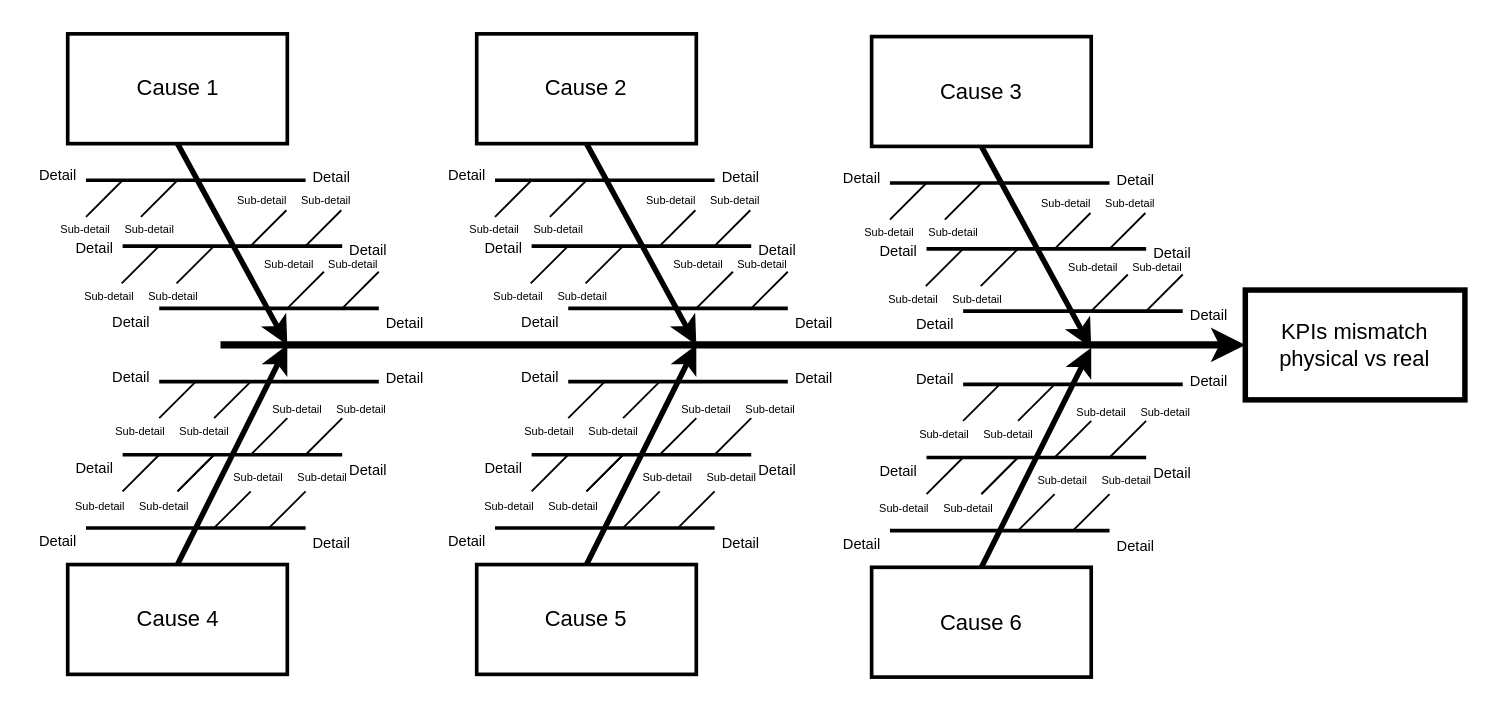
The draw.io diagram Untitled Diagram.drawio in mbdtesting/ishikawa, before the edit. Source tidied: cells renumbered, new cells numbered last; positions are measured from the earlier drawing's top-left corner, leaving out a move shared by most shapes. Both pictures are drawn from the tidied source at 183%, with x=0, y=0 at pixel (29, 33).
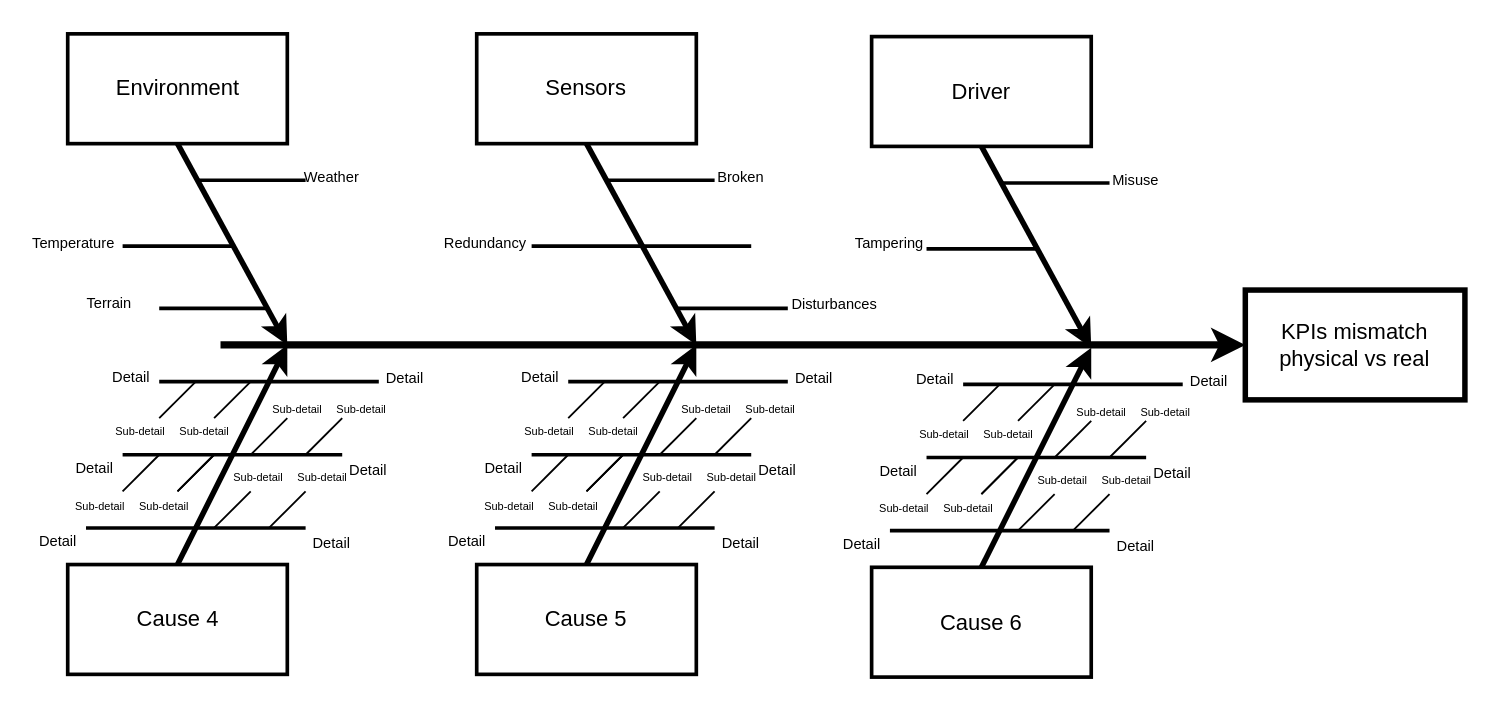
The same page after the edit.

The edit, as a diff of the source:
```diff
@@
-    <mxCell id="2" value="Cause 1" style="whiteSpace=wrap;strokeWidth=2;" parent="1" vertex="1">
+    <mxCell id="2" value="Environment" style="whiteSpace=wrap;strokeWidth=2;" parent="1" vertex="1">
       <mxGeometry x="20.5" width="120" height="60" as="geometry" />
     </mxCell>
@@
-    <mxCell id="8" style="edgeStyle=none;endArrow=none;strokeWidth=2;" parent="1" edge="1">
-      <mxGeometry relative="1" as="geometry">
-        <mxPoint x="30.5" y="80" as="sourcePoint" />
-        <mxPoint x="90.5" y="80" as="targetPoint" />
-      </mxGeometry>
-    </mxCell>
@@
-    <mxCell id="12" style="edgeStyle=none;endArrow=none;strokeWidth=2;" parent="1" edge="1">
-      <mxGeometry relative="1" as="geometry">
-        <mxPoint x="110.5" y="116" as="sourcePoint" />
-        <mxPoint x="170.5" y="116" as="targetPoint" />
-      </mxGeometry>
-    </mxCell>
-    <mxCell id="13" style="edgeStyle=none;endArrow=none;strokeWidth=2;" parent="1" edge="1">
-      <mxGeometry relative="1" as="geometry">
-        <mxPoint x="130.5" y="150" as="sourcePoint" />
-        <mxPoint x="190.5" y="150" as="targetPoint" />
-      </mxGeometry>
-    </mxCell>
@@
-    <mxCell id="20" style="edgeStyle=none;endArrow=none;" parent="1" edge="1">
-      <mxGeometry relative="1" as="geometry">
-        <mxPoint x="60.5" y="100" as="sourcePoint" />
-        <mxPoint x="80.5" y="80" as="targetPoint" />
-      </mxGeometry>
-    </mxCell>
-    <mxCell id="21" style="edgeStyle=none;endArrow=none;" parent="1" edge="1">
-      <mxGeometry relative="1" as="geometry">
-        <mxPoint x="30.5" y="100" as="sourcePoint" />
-        <mxPoint x="50.5" y="80" as="targetPoint" />
-      </mxGeometry>
-    </mxCell>
-    <mxCell id="22" style="edgeStyle=none;endArrow=none;" parent="1" edge="1">
-      <mxGeometry relative="1" as="geometry">
-        <mxPoint x="140.5" y="150" as="sourcePoint" />
-        <mxPoint x="160.5" y="130" as="targetPoint" />
-      </mxGeometry>
-    </mxCell>
-    <mxCell id="23" style="edgeStyle=none;endArrow=none;" parent="1" edge="1">
-      <mxGeometry relative="1" as="geometry">
-        <mxPoint x="170.5" y="150" as="sourcePoint" />
-        <mxPoint x="190.5" y="130" as="targetPoint" />
-      </mxGeometry>
-    </mxCell>
-    <mxCell id="24" style="edgeStyle=none;endArrow=none;" parent="1" edge="1">
-      <mxGeometry relative="1" as="geometry">
-        <mxPoint x="120" y="116.4" as="sourcePoint" />
-        <mxPoint x="140" y="96.4" as="targetPoint" />
-      </mxGeometry>
-    </mxCell>
-    <mxCell id="25" style="edgeStyle=none;endArrow=none;" parent="1" edge="1">
-      <mxGeometry relative="1" as="geometry">
-        <mxPoint x="150" y="116.4" as="sourcePoint" />
-        <mxPoint x="170" y="96.4" as="targetPoint" />
-      </mxGeometry>
-    </mxCell>
-    <mxCell id="26" style="edgeStyle=none;endArrow=none;" parent="1" edge="1">
-      <mxGeometry relative="1" as="geometry">
-        <mxPoint x="80" y="136.4" as="sourcePoint" />
-        <mxPoint x="100" y="116.4" as="targetPoint" />
-      </mxGeometry>
-    </mxCell>
-    <mxCell id="27" style="edgeStyle=none;endArrow=none;" parent="1" edge="1">
-      <mxGeometry relative="1" as="geometry">
-        <mxPoint x="50" y="136.4" as="sourcePoint" />
-        <mxPoint x="70" y="116.4" as="targetPoint" />
-      </mxGeometry>
-    </mxCell>
@@
-    <mxCell id="37" value="Detail" style="text;spacingTop=-5;fontSize=8;align=center;verticalAlign=middle;" parent="1" vertex="1">
-      <mxGeometry x="0.5" y="70" width="30" height="20" as="geometry" />
+    <mxCell id="37" value="Temperature" style="text;spacingTop=-5;fontSize=8;align=center;verticalAlign=middle;" parent="1" vertex="1">
+      <mxGeometry x="9" y="107" width="30" height="20" as="geometry" />
     </mxCell>
-    <mxCell id="38" value="Detail" style="text;spacingTop=-5;fontSize=8;align=center;verticalAlign=middle;" parent="1" vertex="1">
-      <mxGeometry x="20.5" y="110" width="30" height="20" as="geometry" />
-    </mxCell>
-    <mxCell id="39" value="Detail" style="text;spacingTop=-5;fontSize=8;align=center;verticalAlign=middle;" parent="1" vertex="1">
-      <mxGeometry x="40.5" y="150" width="30" height="20" as="geometry" />
+    <mxCell id="39" value="Terrain" style="text;spacingTop=-5;fontSize=8;align=center;verticalAlign=middle;" parent="1" vertex="1">
+      <mxGeometry x="28.5" y="140" width="30" height="20" as="geometry" />
     </mxCell>
@@
-    <mxCell id="43" value="Sub-detail" style="text;spacingTop=-5;fontSize=6;align=center;verticalAlign=middle;" parent="1" vertex="1">
-      <mxGeometry x="15.5" y="100" width="30" height="20" as="geometry" />
-    </mxCell>
-    <mxCell id="44" value="Sub-detail" style="text;spacingTop=-5;fontSize=6;align=center;verticalAlign=middle;" parent="1" vertex="1">
-      <mxGeometry x="50.5" y="100" width="30" height="20" as="geometry" />
-    </mxCell>
-    <mxCell id="45" value="Sub-detail" style="text;spacingTop=-5;fontSize=6;align=center;verticalAlign=middle;" parent="1" vertex="1">
-      <mxGeometry x="28.5" y="136.5" width="30" height="20" as="geometry" />
-    </mxCell>
-    <mxCell id="46" value="Sub-detail" style="text;spacingTop=-5;fontSize=6;align=center;verticalAlign=middle;" parent="1" vertex="1">
-      <mxGeometry x="63.5" y="136.5" width="30" height="20" as="geometry" />
-    </mxCell>
@@
-    <mxCell id="51" value="Sub-detail" style="text;spacingTop=-5;fontSize=6;align=center;verticalAlign=middle;" parent="1" vertex="1">
-      <mxGeometry x="112" y="83.9" width="30" height="20" as="geometry" />
-    </mxCell>
-    <mxCell id="52" value="Sub-detail" style="text;spacingTop=-5;fontSize=6;align=center;verticalAlign=middle;" parent="1" vertex="1">
-      <mxGeometry x="147" y="83.9" width="30" height="20" as="geometry" />
-    </mxCell>
-    <mxCell id="53" value="Sub-detail" style="text;spacingTop=-5;fontSize=6;align=center;verticalAlign=middle;" parent="1" vertex="1">
-      <mxGeometry x="126.8" y="118.9" width="30" height="20" as="geometry" />
-    </mxCell>
-    <mxCell id="54" value="Sub-detail" style="text;spacingTop=-5;fontSize=6;align=center;verticalAlign=middle;" parent="1" vertex="1">
-      <mxGeometry x="161.8" y="118.9" width="30" height="20" as="geometry" />
-    </mxCell>
@@
-    <mxCell id="59" value="Detail" style="text;spacingTop=-5;fontSize=8;align=center;verticalAlign=middle;" parent="1" vertex="1">
+    <mxCell id="59" value="Weather" style="text;spacingTop=-5;fontSize=8;align=center;verticalAlign=middle;" parent="1" vertex="1">
       <mxGeometry x="150" y="71" width="30" height="20" as="geometry" />
     </mxCell>
-    <mxCell id="60" value="Detail" style="text;spacingTop=-5;fontSize=8;align=center;verticalAlign=middle;" parent="1" vertex="1">
-      <mxGeometry x="170" y="111" width="30" height="20" as="geometry" />
-    </mxCell>
-    <mxCell id="61" value="Detail" style="text;spacingTop=-5;fontSize=8;align=center;verticalAlign=middle;" parent="1" vertex="1">
-      <mxGeometry x="190" y="151" width="30" height="20" as="geometry" />
-    </mxCell>
@@
-    <mxCell id="65" value="Cause 2" style="whiteSpace=wrap;strokeWidth=2;" parent="1" vertex="1">
+    <mxCell id="65" value="Sensors" style="whiteSpace=wrap;strokeWidth=2;" parent="1" vertex="1">
       <mxGeometry x="244" width="120" height="60" as="geometry" />
     </mxCell>
@@
-    <mxCell id="69" style="edgeStyle=none;endArrow=none;strokeWidth=2;" parent="1" edge="1">
-      <mxGeometry relative="1" as="geometry">
-        <mxPoint x="254" y="80" as="sourcePoint" />
-        <mxPoint x="314" y="80" as="targetPoint" />
-      </mxGeometry>
-    </mxCell>
@@
-    <mxCell id="71" style="edgeStyle=none;endArrow=none;strokeWidth=2;" parent="1" edge="1">
-      <mxGeometry relative="1" as="geometry">
-        <mxPoint x="294" y="150" as="sourcePoint" />
-        <mxPoint x="354" y="150" as="targetPoint" />
-      </mxGeometry>
-    </mxCell>
@@
-    <mxCell id="81" style="edgeStyle=none;endArrow=none;" parent="1" edge="1">
-      <mxGeometry relative="1" as="geometry">
-        <mxPoint x="284" y="100" as="sourcePoint" />
-        <mxPoint x="304" y="80" as="targetPoint" />
-      </mxGeometry>
-    </mxCell>
-    <mxCell id="82" style="edgeStyle=none;endArrow=none;" parent="1" edge="1">
-      <mxGeometry relative="1" as="geometry">
-        <mxPoint x="254" y="100" as="sourcePoint" />
-        <mxPoint x="274" y="80" as="targetPoint" />
-      </mxGeometry>
-    </mxCell>
-    <mxCell id="83" style="edgeStyle=none;endArrow=none;" parent="1" edge="1">
-      <mxGeometry relative="1" as="geometry">
-        <mxPoint x="364" y="150" as="sourcePoint" />
-        <mxPoint x="384" y="130" as="targetPoint" />
-      </mxGeometry>
-    </mxCell>
-    <mxCell id="84" style="edgeStyle=none;endArrow=none;" parent="1" edge="1">
-      <mxGeometry relative="1" as="geometry">
-        <mxPoint x="394" y="150" as="sourcePoint" />
-        <mxPoint x="414" y="130" as="targetPoint" />
-      </mxGeometry>
-    </mxCell>
-    <mxCell id="85" style="edgeStyle=none;endArrow=none;" parent="1" edge="1">
-      <mxGeometry relative="1" as="geometry">
-        <mxPoint x="343.5" y="116.4" as="sourcePoint" />
-        <mxPoint x="363.5" y="96.4" as="targetPoint" />
-      </mxGeometry>
-    </mxCell>
-    <mxCell id="86" style="edgeStyle=none;endArrow=none;" parent="1" edge="1">
-      <mxGeometry relative="1" as="geometry">
-        <mxPoint x="373.5" y="116.4" as="sourcePoint" />
-        <mxPoint x="393.5" y="96.4" as="targetPoint" />
-      </mxGeometry>
-    </mxCell>
-    <mxCell id="87" style="edgeStyle=none;endArrow=none;" parent="1" edge="1">
-      <mxGeometry relative="1" as="geometry">
-        <mxPoint x="303.5" y="136.4" as="sourcePoint" />
-        <mxPoint x="323.5" y="116.4" as="targetPoint" />
-      </mxGeometry>
-    </mxCell>
-    <mxCell id="88" style="edgeStyle=none;endArrow=none;" parent="1" edge="1">
-      <mxGeometry relative="1" as="geometry">
-        <mxPoint x="273.5" y="136.4" as="sourcePoint" />
-        <mxPoint x="293.5" y="116.4" as="targetPoint" />
-      </mxGeometry>
-    </mxCell>
@@
-    <mxCell id="98" value="Detail" style="text;spacingTop=-5;fontSize=8;align=center;verticalAlign=middle;" parent="1" vertex="1">
-      <mxGeometry x="224" y="70" width="30" height="20" as="geometry" />
+    <mxCell id="98" value="Redundancy" style="text;spacingTop=-5;fontSize=8;align=center;verticalAlign=middle;" parent="1" vertex="1">
+      <mxGeometry x="234" y="107" width="30" height="20" as="geometry" />
     </mxCell>
-    <mxCell id="99" value="Detail" style="text;spacingTop=-5;fontSize=8;align=center;verticalAlign=middle;" parent="1" vertex="1">
-      <mxGeometry x="244" y="110" width="30" height="20" as="geometry" />
-    </mxCell>
-    <mxCell id="100" value="Detail" style="text;spacingTop=-5;fontSize=8;align=center;verticalAlign=middle;" parent="1" vertex="1">
-      <mxGeometry x="264" y="150" width="30" height="20" as="geometry" />
-    </mxCell>
@@
-    <mxCell id="104" value="Sub-detail" style="text;spacingTop=-5;fontSize=6;align=center;verticalAlign=middle;" parent="1" vertex="1">
-      <mxGeometry x="239" y="100" width="30" height="20" as="geometry" />
-    </mxCell>
-    <mxCell id="105" value="Sub-detail" style="text;spacingTop=-5;fontSize=6;align=center;verticalAlign=middle;" parent="1" vertex="1">
-      <mxGeometry x="274" y="100" width="30" height="20" as="geometry" />
-    </mxCell>
-    <mxCell id="106" value="Sub-detail" style="text;spacingTop=-5;fontSize=6;align=center;verticalAlign=middle;" parent="1" vertex="1">
-      <mxGeometry x="252.1" y="136.5" width="30" height="20" as="geometry" />
-    </mxCell>
-    <mxCell id="107" value="Sub-detail" style="text;spacingTop=-5;fontSize=6;align=center;verticalAlign=middle;" parent="1" vertex="1">
-      <mxGeometry x="287.1" y="136.5" width="30" height="20" as="geometry" />
-    </mxCell>
@@
-    <mxCell id="112" value="Sub-detail" style="text;spacingTop=-5;fontSize=6;align=center;verticalAlign=middle;" parent="1" vertex="1">
-      <mxGeometry x="335.5" y="83.9" width="30" height="20" as="geometry" />
-    </mxCell>
-    <mxCell id="113" value="Sub-detail" style="text;spacingTop=-5;fontSize=6;align=center;verticalAlign=middle;" parent="1" vertex="1">
-      <mxGeometry x="370.5" y="83.9" width="30" height="20" as="geometry" />
-    </mxCell>
-    <mxCell id="114" value="Sub-detail" style="text;spacingTop=-5;fontSize=6;align=center;verticalAlign=middle;" parent="1" vertex="1">
-      <mxGeometry x="350.4" y="118.9" width="30" height="20" as="geometry" />
-    </mxCell>
-    <mxCell id="115" value="Sub-detail" style="text;spacingTop=-5;fontSize=6;align=center;verticalAlign=middle;" parent="1" vertex="1">
-      <mxGeometry x="385.4" y="118.9" width="30" height="20" as="geometry" />
-    </mxCell>
@@
-    <mxCell id="120" value="Detail" style="text;spacingTop=-5;fontSize=8;align=center;verticalAlign=middle;" parent="1" vertex="1">
+    <mxCell id="120" value="Broken" style="text;spacingTop=-5;fontSize=8;align=center;verticalAlign=middle;" parent="1" vertex="1">
       <mxGeometry x="373.6" y="71" width="30" height="20" as="geometry" />
     </mxCell>
-    <mxCell id="121" value="Detail" style="text;spacingTop=-5;fontSize=8;align=center;verticalAlign=middle;" parent="1" vertex="1">
-      <mxGeometry x="393.6" y="111" width="30" height="20" as="geometry" />
-    </mxCell>
-    <mxCell id="122" value="Detail" style="text;spacingTop=-5;fontSize=8;align=center;verticalAlign=middle;" parent="1" vertex="1">
-      <mxGeometry x="413.6" y="151" width="30" height="20" as="geometry" />
+    <mxCell id="122" value="Disturbances" style="text;spacingTop=-5;fontSize=8;align=center;verticalAlign=middle;" parent="1" vertex="1">
+      <mxGeometry x="424.8" y="140.4" width="30" height="20" as="geometry" />
     </mxCell>
@@
-    <mxCell id="126" value="Cause 3" style="whiteSpace=wrap;strokeWidth=2;" parent="1" vertex="1">
+    <mxCell id="126" value="Driver" style="whiteSpace=wrap;strokeWidth=2;" parent="1" vertex="1">
       <mxGeometry x="459.8" y="1.5" width="120" height="60" as="geometry" />
     </mxCell>
@@
-    <mxCell id="130" style="edgeStyle=none;endArrow=none;strokeWidth=2;" parent="1" edge="1">
-      <mxGeometry relative="1" as="geometry">
-        <mxPoint x="469.8" y="81.5" as="sourcePoint" />
-        <mxPoint x="529.8" y="81.5" as="targetPoint" />
-      </mxGeometry>
-    </mxCell>
@@
-    <mxCell id="132" style="edgeStyle=none;endArrow=none;strokeWidth=2;" parent="1" edge="1">
-      <mxGeometry relative="1" as="geometry">
-        <mxPoint x="509.8" y="151.5" as="sourcePoint" />
-        <mxPoint x="569.8" y="151.5" as="targetPoint" />
-      </mxGeometry>
-    </mxCell>
@@
-    <mxCell id="134" style="edgeStyle=none;endArrow=none;strokeWidth=2;" parent="1" edge="1">
-      <mxGeometry relative="1" as="geometry">
-        <mxPoint x="549.8" y="117.5" as="sourcePoint" />
-        <mxPoint x="609.8" y="117.5" as="targetPoint" />
-      </mxGeometry>
-    </mxCell>
-    <mxCell id="135" style="edgeStyle=none;endArrow=none;strokeWidth=2;" parent="1" edge="1">
-      <mxGeometry relative="1" as="geometry">
-        <mxPoint x="569.8" y="151.5" as="sourcePoint" />
-        <mxPoint x="629.8" y="151.5" as="targetPoint" />
-      </mxGeometry>
-    </mxCell>
@@
-    <mxCell id="142" style="edgeStyle=none;endArrow=none;" parent="1" edge="1">
-      <mxGeometry relative="1" as="geometry">
-        <mxPoint x="499.8" y="101.5" as="sourcePoint" />
-        <mxPoint x="519.8" y="81.5" as="targetPoint" />
-      </mxGeometry>
-    </mxCell>
-    <mxCell id="143" style="edgeStyle=none;endArrow=none;" parent="1" edge="1">
-      <mxGeometry relative="1" as="geometry">
-        <mxPoint x="469.8" y="101.5" as="sourcePoint" />
-        <mxPoint x="489.8" y="81.5" as="targetPoint" />
-      </mxGeometry>
-    </mxCell>
-    <mxCell id="144" style="edgeStyle=none;endArrow=none;" parent="1" edge="1">
-      <mxGeometry relative="1" as="geometry">
-        <mxPoint x="579.8" y="151.5" as="sourcePoint" />
-        <mxPoint x="599.8" y="131.5" as="targetPoint" />
-      </mxGeometry>
-    </mxCell>
-    <mxCell id="145" style="edgeStyle=none;endArrow=none;" parent="1" edge="1">
-      <mxGeometry relative="1" as="geometry">
-        <mxPoint x="609.8" y="151.5" as="sourcePoint" />
-        <mxPoint x="629.8" y="131.5" as="targetPoint" />
-      </mxGeometry>
-    </mxCell>
-    <mxCell id="146" style="edgeStyle=none;endArrow=none;" parent="1" edge="1">
-      <mxGeometry relative="1" as="geometry">
-        <mxPoint x="559.4" y="117.9" as="sourcePoint" />
-        <mxPoint x="579.4" y="97.9" as="targetPoint" />
-      </mxGeometry>
-    </mxCell>
-    <mxCell id="147" style="edgeStyle=none;endArrow=none;" parent="1" edge="1">
-      <mxGeometry relative="1" as="geometry">
-        <mxPoint x="589.4" y="117.9" as="sourcePoint" />
-        <mxPoint x="609.4" y="97.9" as="targetPoint" />
-      </mxGeometry>
-    </mxCell>
-    <mxCell id="148" style="edgeStyle=none;endArrow=none;" parent="1" edge="1">
-      <mxGeometry relative="1" as="geometry">
-        <mxPoint x="519.4" y="137.9" as="sourcePoint" />
-        <mxPoint x="539.4" y="117.9" as="targetPoint" />
-      </mxGeometry>
-    </mxCell>
-    <mxCell id="149" style="edgeStyle=none;endArrow=none;" parent="1" edge="1">
-      <mxGeometry relative="1" as="geometry">
-        <mxPoint x="489.4" y="137.9" as="sourcePoint" />
-        <mxPoint x="509.4" y="117.9" as="targetPoint" />
-      </mxGeometry>
-    </mxCell>
@@
-    <mxCell id="159" value="Detail" style="text;spacingTop=-5;fontSize=8;align=center;verticalAlign=middle;" parent="1" vertex="1">
-      <mxGeometry x="439.8" y="71.5" width="30" height="20" as="geometry" />
+    <mxCell id="159" value="Tampering" style="text;spacingTop=-5;fontSize=8;align=center;verticalAlign=middle;" parent="1" vertex="1">
+      <mxGeometry x="454.8" y="107" width="30" height="20" as="geometry" />
     </mxCell>
-    <mxCell id="160" value="Detail" style="text;spacingTop=-5;fontSize=8;align=center;verticalAlign=middle;" parent="1" vertex="1">
-      <mxGeometry x="459.8" y="111.5" width="30" height="20" as="geometry" />
-    </mxCell>
-    <mxCell id="161" value="Detail" style="text;spacingTop=-5;fontSize=8;align=center;verticalAlign=middle;" parent="1" vertex="1">
-      <mxGeometry x="479.8" y="151.5" width="30" height="20" as="geometry" />
-    </mxCell>
@@
-    <mxCell id="165" value="Sub-detail" style="text;spacingTop=-5;fontSize=6;align=center;verticalAlign=middle;" parent="1" vertex="1">
-      <mxGeometry x="454.8" y="101.5" width="30" height="20" as="geometry" />
-    </mxCell>
-    <mxCell id="166" value="Sub-detail" style="text;spacingTop=-5;fontSize=6;align=center;verticalAlign=middle;" parent="1" vertex="1">
-      <mxGeometry x="489.8" y="101.5" width="30" height="20" as="geometry" />
-    </mxCell>
-    <mxCell id="167" value="Sub-detail" style="text;spacingTop=-5;fontSize=6;align=center;verticalAlign=middle;" parent="1" vertex="1">
-      <mxGeometry x="467.9" y="138.1" width="30" height="20" as="geometry" />
-    </mxCell>
-    <mxCell id="168" value="Sub-detail" style="text;spacingTop=-5;fontSize=6;align=center;verticalAlign=middle;" parent="1" vertex="1">
-      <mxGeometry x="502.9" y="138.1" width="30" height="20" as="geometry" />
-    </mxCell>
@@
-    <mxCell id="173" value="Sub-detail" style="text;spacingTop=-5;fontSize=6;align=center;verticalAlign=middle;" parent="1" vertex="1">
-      <mxGeometry x="551.4" y="85.4" width="30" height="20" as="geometry" />
-    </mxCell>
-    <mxCell id="174" value="Sub-detail" style="text;spacingTop=-5;fontSize=6;align=center;verticalAlign=middle;" parent="1" vertex="1">
-      <mxGeometry x="586.4" y="85.4" width="30" height="20" as="geometry" />
-    </mxCell>
-    <mxCell id="175" value="Sub-detail" style="text;spacingTop=-5;fontSize=6;align=center;verticalAlign=middle;" parent="1" vertex="1">
-      <mxGeometry x="566.2" y="120.4" width="30" height="20" as="geometry" />
-    </mxCell>
-    <mxCell id="176" value="Sub-detail" style="text;spacingTop=-5;fontSize=6;align=center;verticalAlign=middle;" parent="1" vertex="1">
-      <mxGeometry x="601.2" y="120.4" width="30" height="20" as="geometry" />
-    </mxCell>
@@
-    <mxCell id="181" value="Detail" style="text;spacingTop=-5;fontSize=8;align=center;verticalAlign=middle;" parent="1" vertex="1">
+    <mxCell id="181" value="Misuse" style="text;spacingTop=-5;fontSize=8;align=center;verticalAlign=middle;" parent="1" vertex="1">
       <mxGeometry x="589.4" y="72.5" width="30" height="20" as="geometry" />
     </mxCell>
-    <mxCell id="182" value="Detail" style="text;spacingTop=-5;fontSize=8;align=center;verticalAlign=middle;" parent="1" vertex="1">
-      <mxGeometry x="609.4" y="112.5" width="30" height="20" as="geometry" />
-    </mxCell>
-    <mxCell id="183" value="Detail" style="text;spacingTop=-5;fontSize=8;align=center;verticalAlign=middle;" parent="1" vertex="1">
-      <mxGeometry x="629.4" y="146.5" width="30" height="20" as="geometry" />
-    </mxCell>
```
